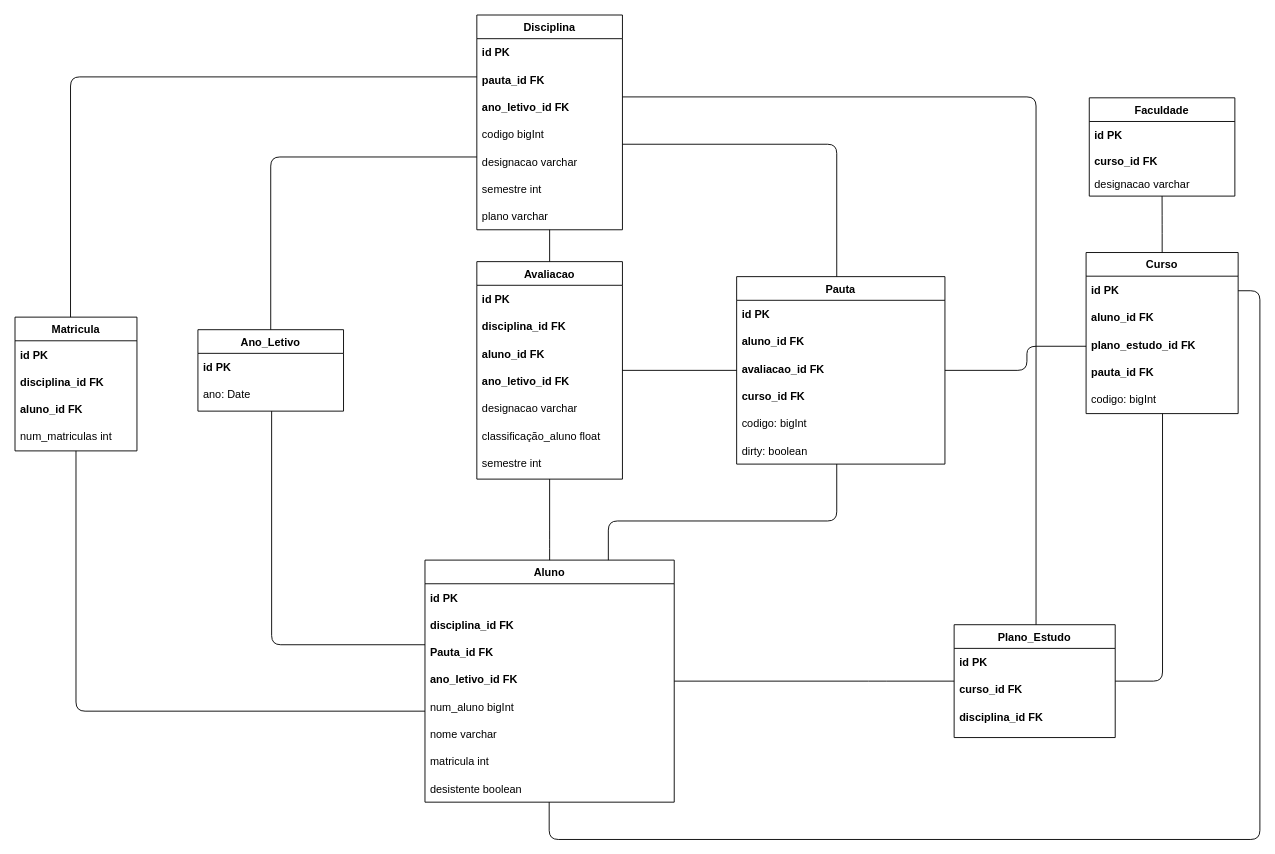
ruimpcastro/pweb2022 keeps this draw.io diagram as page "DB" (2 of 2) of Docs/Diagrams.drawio. Above is the earlier version. Source tidied: cells renumbered, new cells numbered last; positions are measured from the earlier drawing's top-left corner, leaving out a move shared by most shapes. Both pictures are drawn from the tidied source at 91%, with x=0, y=0 at pixel (15, 15).
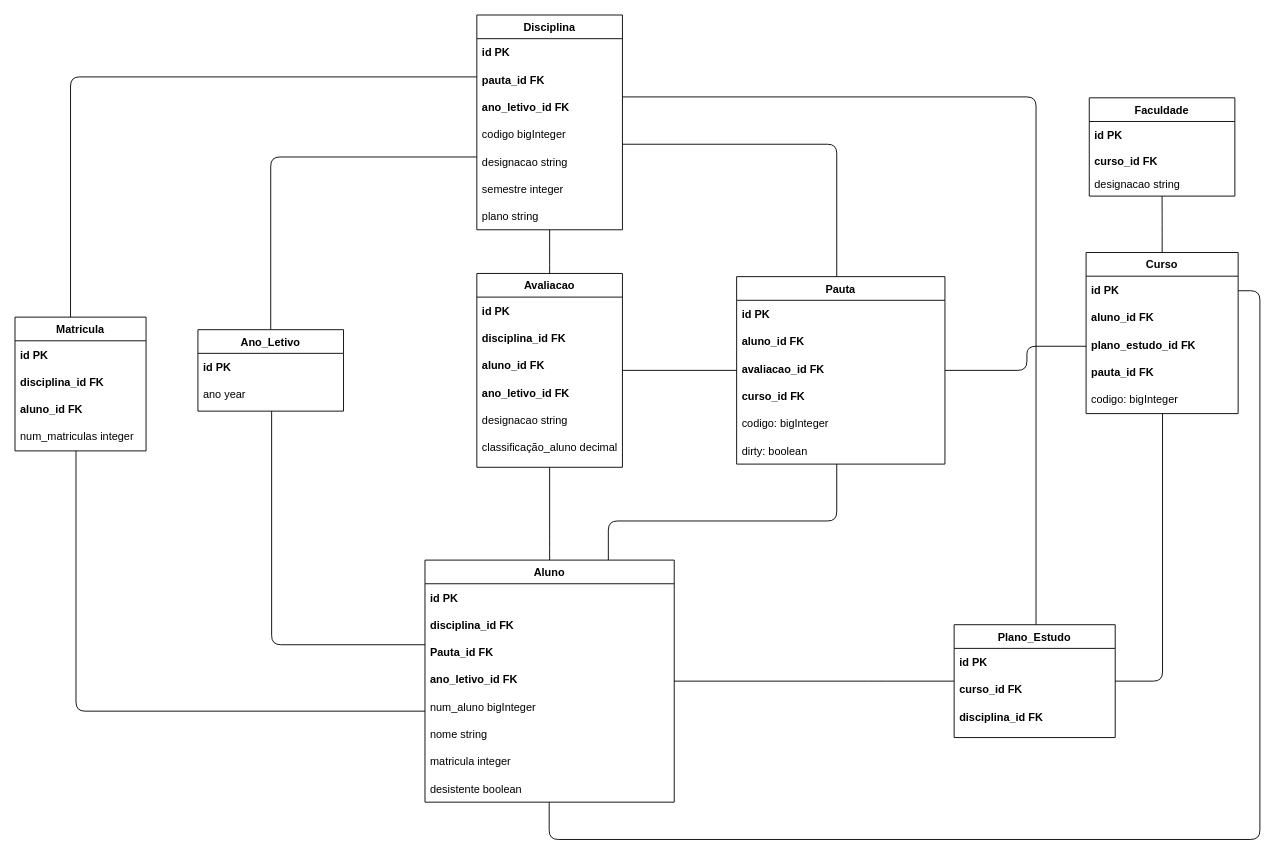
The same page after the edit.

Unchanged cells that the change refers to:
```xml
<mxCell id="2" value="Aluno" style="swimlane;fontStyle=1;align=center;verticalAlign=top;horizontal=1;startSize=26;shadow=0;strokeWidth=1;rounded=0;sketch=0;labelBackgroundColor=default;" parent="1" vertex="1">
  <mxGeometry x="450.5" y="599" width="273.9" height="266" as="geometry" />
</mxCell>
<mxCell id="11" value="Disciplina" style="swimlane;fontStyle=1;align=center;verticalAlign=top;horizontal=1;startSize=26;shadow=0;strokeWidth=1;rounded=0;sketch=0;labelBackgroundColor=default;" parent="1" vertex="1">
  <mxGeometry x="507.5" width="160" height="236" as="geometry" />
</mxCell>
<mxCell id="19" value="Curso" style="swimlane;fontStyle=1;align=center;verticalAlign=top;horizontal=1;startSize=26;shadow=0;strokeWidth=1;rounded=0;sketch=0;labelBackgroundColor=default;" parent="1" vertex="1">
  <mxGeometry x="1177" y="261" width="167.1" height="177" as="geometry" />
</mxCell>
<mxCell id="29" value="Pauta" style="swimlane;fontStyle=1;align=center;verticalAlign=top;horizontal=1;startSize=26;shadow=0;strokeWidth=1;rounded=0;sketch=0;labelBackgroundColor=default;" parent="1" vertex="1">
  <mxGeometry x="793" y="287.5" width="228.9" height="206" as="geometry" />
</mxCell>
<mxCell id="41" value="Faculdade" style="swimlane;fontStyle=1;align=center;verticalAlign=top;horizontal=1;startSize=26;rounded=0;sketch=0;labelBackgroundColor=default;shadow=0;" parent="1" vertex="1">
  <mxGeometry x="1180.5" y="91" width="160" height="108" as="geometry" />
</mxCell>
<mxCell id="66" value="Ano_Letivo" style="swimlane;fontStyle=1;align=center;verticalAlign=top;horizontal=1;startSize=26;shadow=0;strokeWidth=1;rounded=0;sketch=0;labelBackgroundColor=default;" parent="1" vertex="1">
  <mxGeometry x="201" y="345.8" width="160" height="89.5" as="geometry" />
</mxCell>
```

Change to the diagram source:
```diff
@@
-    <mxCell id="7" value="num_aluno bigInt" style="text;strokeColor=none;fillColor=none;align=left;verticalAlign=middle;spacingLeft=4;spacingRight=4;overflow=hidden;rounded=1;shadow=0;" parent="2" vertex="1">
+    <mxCell id="7" value="num_aluno bigInteger" style="text;strokeColor=none;fillColor=none;align=left;verticalAlign=middle;spacingLeft=4;spacingRight=4;overflow=hidden;rounded=1;shadow=0;" parent="2" vertex="1">
       <mxGeometry y="146" width="273.9" height="30" as="geometry" />
     </mxCell>
-    <mxCell id="8" value="nome varchar" style="text;strokeColor=none;fillColor=none;align=left;verticalAlign=middle;spacingLeft=4;spacingRight=4;overflow=hidden;rounded=1;shadow=0;" parent="2" vertex="1">
+    <mxCell id="8" value="nome string" style="text;strokeColor=none;fillColor=none;align=left;verticalAlign=middle;spacingLeft=4;spacingRight=4;overflow=hidden;rounded=1;shadow=0;" parent="2" vertex="1">
       <mxGeometry y="176" width="273.9" height="30" as="geometry" />
     </mxCell>
-    <mxCell id="9" value="matricula int" style="text;strokeColor=none;fillColor=none;align=left;verticalAlign=middle;spacingLeft=4;spacingRight=4;overflow=hidden;rounded=1;shadow=0;" parent="2" vertex="1">
+    <mxCell id="9" value="matricula integer" style="text;strokeColor=none;fillColor=none;align=left;verticalAlign=middle;spacingLeft=4;spacingRight=4;overflow=hidden;rounded=1;shadow=0;" parent="2" vertex="1">
       <mxGeometry y="206" width="273.9" height="30" as="geometry" />
     </mxCell>
@@
-    <mxCell id="15" value="codigo bigInt" style="text;strokeColor=none;fillColor=none;align=left;verticalAlign=middle;spacingLeft=4;spacingRight=4;overflow=hidden;rounded=1;shadow=0;" parent="11" vertex="1">
+    <mxCell id="15" value="codigo bigInteger" style="text;strokeColor=none;fillColor=none;align=left;verticalAlign=middle;spacingLeft=4;spacingRight=4;overflow=hidden;rounded=1;shadow=0;" parent="11" vertex="1">
       <mxGeometry y="116" width="160" height="30" as="geometry" />
     </mxCell>
-    <mxCell id="16" value="designacao varchar" style="text;strokeColor=none;fillColor=none;align=left;verticalAlign=middle;spacingLeft=4;spacingRight=4;overflow=hidden;rounded=1;shadow=0;" parent="11" vertex="1">
+    <mxCell id="16" value="designacao string" style="text;strokeColor=none;fillColor=none;align=left;verticalAlign=middle;spacingLeft=4;spacingRight=4;overflow=hidden;rounded=1;shadow=0;" parent="11" vertex="1">
       <mxGeometry y="146" width="160" height="30" as="geometry" />
     </mxCell>
-    <mxCell id="17" value="semestre int" style="text;strokeColor=none;fillColor=none;align=left;verticalAlign=middle;spacingLeft=4;spacingRight=4;overflow=hidden;rounded=1;shadow=0;" parent="11" vertex="1">
+    <mxCell id="17" value="semestre integer" style="text;strokeColor=none;fillColor=none;align=left;verticalAlign=middle;spacingLeft=4;spacingRight=4;overflow=hidden;rounded=1;shadow=0;" parent="11" vertex="1">
       <mxGeometry y="176" width="160" height="30" as="geometry" />
     </mxCell>
-    <mxCell id="18" value="plano varchar" style="text;strokeColor=none;fillColor=none;align=left;verticalAlign=middle;spacingLeft=4;spacingRight=4;overflow=hidden;rounded=1;shadow=0;" parent="11" vertex="1">
+    <mxCell id="18" value="plano string" style="text;strokeColor=none;fillColor=none;align=left;verticalAlign=middle;spacingLeft=4;spacingRight=4;overflow=hidden;rounded=1;shadow=0;" parent="11" vertex="1">
       <mxGeometry y="206" width="160" height="30" as="geometry" />
     </mxCell>
@@
-    <mxCell id="24" value="codigo: bigInt" style="text;strokeColor=none;fillColor=none;align=left;verticalAlign=middle;spacingLeft=4;spacingRight=4;overflow=hidden;rounded=1;shadow=0;" parent="19" vertex="1">
+    <mxCell id="24" value="codigo: bigInteger" style="text;strokeColor=none;fillColor=none;align=left;verticalAlign=middle;spacingLeft=4;spacingRight=4;overflow=hidden;rounded=1;shadow=0;" parent="19" vertex="1">
       <mxGeometry y="146" width="167.1" height="30" as="geometry" />
     </mxCell>
@@
-    <mxCell id="34" value="codigo: bigInt" style="text;strokeColor=none;fillColor=none;align=left;verticalAlign=middle;spacingLeft=4;spacingRight=4;overflow=hidden;rounded=1;shadow=0;" parent="29" vertex="1">
+    <mxCell id="34" value="codigo: bigInteger" style="text;strokeColor=none;fillColor=none;align=left;verticalAlign=middle;spacingLeft=4;spacingRight=4;overflow=hidden;rounded=1;shadow=0;" parent="29" vertex="1">
       <mxGeometry y="146" width="228.9" height="30" as="geometry" />
     </mxCell>
@@
     <mxCell id="36" value="Matricula" style="swimlane;fontStyle=1;align=center;verticalAlign=top;horizontal=1;startSize=26;shadow=0;strokeWidth=1;rounded=0;sketch=0;labelBackgroundColor=default;" parent="1" vertex="1">
-      <mxGeometry y="332" width="134" height="147" as="geometry" />
+      <mxGeometry y="332" width="144" height="147" as="geometry" />
     </mxCell>
     <mxCell id="37" value="id PK" style="text;strokeColor=none;fillColor=none;align=left;verticalAlign=middle;spacingLeft=4;spacingRight=4;overflow=hidden;rounded=1;fontStyle=1;shadow=0;" parent="36" vertex="1">
-      <mxGeometry y="26" width="134" height="30" as="geometry" />
+      <mxGeometry y="26" width="144" height="30" as="geometry" />
     </mxCell>
     <mxCell id="38" value="disciplina_id FK" style="text;strokeColor=none;fillColor=none;align=left;verticalAlign=middle;spacingLeft=4;spacingRight=4;overflow=hidden;rounded=1;fontStyle=1;shadow=0;" parent="36" vertex="1">
-      <mxGeometry y="56" width="134" height="30" as="geometry" />
+      <mxGeometry y="56" width="144" height="30" as="geometry" />
     </mxCell>
     <mxCell id="39" value="aluno_id FK" style="text;strokeColor=none;fillColor=none;align=left;verticalAlign=middle;spacingLeft=4;spacingRight=4;overflow=hidden;rounded=1;fontStyle=1;shadow=0;" parent="36" vertex="1">
-      <mxGeometry y="86" width="134" height="30" as="geometry" />
+      <mxGeometry y="86" width="144" height="30" as="geometry" />
     </mxCell>
-    <mxCell id="40" value="num_matriculas int" style="text;strokeColor=none;fillColor=none;align=left;verticalAlign=middle;spacingLeft=4;spacingRight=4;overflow=hidden;rounded=1;shadow=0;" parent="36" vertex="1">
-      <mxGeometry y="116" width="134" height="30" as="geometry" />
+    <mxCell id="40" value="num_matriculas integer" style="text;strokeColor=none;fillColor=none;align=left;verticalAlign=middle;spacingLeft=4;spacingRight=4;overflow=hidden;rounded=1;shadow=0;" parent="36" vertex="1">
+      <mxGeometry y="116" width="144" height="30" as="geometry" />
     </mxCell>
@@
-    <mxCell id="44" value="designacao varchar" style="text;strokeColor=none;fillColor=none;align=left;verticalAlign=top;spacingLeft=4;spacingRight=4;overflow=hidden;rounded=1;shadow=0;" parent="41" vertex="1">
+    <mxCell id="44" value="designacao string" style="text;strokeColor=none;fillColor=none;align=left;verticalAlign=top;spacingLeft=4;spacingRight=4;overflow=hidden;rounded=1;shadow=0;" parent="41" vertex="1">
       <mxGeometry y="82" width="160" height="26" as="geometry" />
     </mxCell>
     <mxCell id="45" value="Avaliacao" style="swimlane;fontStyle=1;align=center;verticalAlign=top;horizontal=1;startSize=26;shadow=0;strokeWidth=1;rounded=0;sketch=0;labelBackgroundColor=default;" parent="1" vertex="1">
-      <mxGeometry x="507.5" y="271" width="160" height="239" as="geometry" />
+      <mxGeometry x="507.5" y="284" width="160" height="213" as="geometry" />
     </mxCell>
@@
-    <mxCell id="50" value="designacao varchar" style="text;strokeColor=none;fillColor=none;align=left;verticalAlign=middle;spacingLeft=4;spacingRight=4;overflow=hidden;rounded=1;shadow=0;" parent="45" vertex="1">
+    <mxCell id="50" value="designacao string" style="text;strokeColor=none;fillColor=none;align=left;verticalAlign=middle;spacingLeft=4;spacingRight=4;overflow=hidden;rounded=1;shadow=0;" parent="45" vertex="1">
       <mxGeometry y="146" width="160" height="30" as="geometry" />
     </mxCell>
-    <mxCell id="51" value="classificação_aluno float" style="text;strokeColor=none;fillColor=none;align=left;verticalAlign=middle;spacingLeft=4;spacingRight=4;overflow=hidden;rounded=1;shadow=0;" parent="45" vertex="1">
+    <mxCell id="51" value="classificação_aluno decimal" style="text;strokeColor=none;fillColor=none;align=left;verticalAlign=middle;spacingLeft=4;spacingRight=4;overflow=hidden;rounded=1;shadow=0;" parent="45" vertex="1">
       <mxGeometry y="176" width="160" height="30" as="geometry" />
     </mxCell>
-    <mxCell id="52" value="semestre int" style="text;strokeColor=none;fillColor=none;align=left;verticalAlign=middle;spacingLeft=4;spacingRight=4;overflow=hidden;rounded=1;shadow=0;" parent="45" vertex="1">
-      <mxGeometry y="206" width="160" height="30" as="geometry" />
-    </mxCell>
@@
     <mxCell id="55" style="endArrow=none;html=1;rounded=1;edgeStyle=orthogonalEdgeStyle;shadow=0;" parent="1" edge="1" source="45" target="11">
       <mxGeometry relative="1" as="geometry">
         <Array as="points">
-          <mxPoint x="557" y="278" />
-          <mxPoint x="557" y="278" />
+          <mxPoint x="587" y="265" />
+          <mxPoint x="587" y="265" />
         </Array>
       </mxGeometry>
     </mxCell>
@@
-    <mxCell id="68" value="ano: Date" style="text;strokeColor=none;fillColor=none;align=left;verticalAlign=middle;spacingLeft=4;spacingRight=4;overflow=hidden;rounded=1;fontStyle=0;shadow=0;" parent="66" vertex="1">
+    <mxCell id="68" value="ano year" style="text;strokeColor=none;fillColor=none;align=left;verticalAlign=middle;spacingLeft=4;spacingRight=4;overflow=hidden;rounded=1;fontStyle=0;shadow=0;" parent="66" vertex="1">
       <mxGeometry y="56" width="160" height="30" as="geometry" />
     </mxCell>
```
